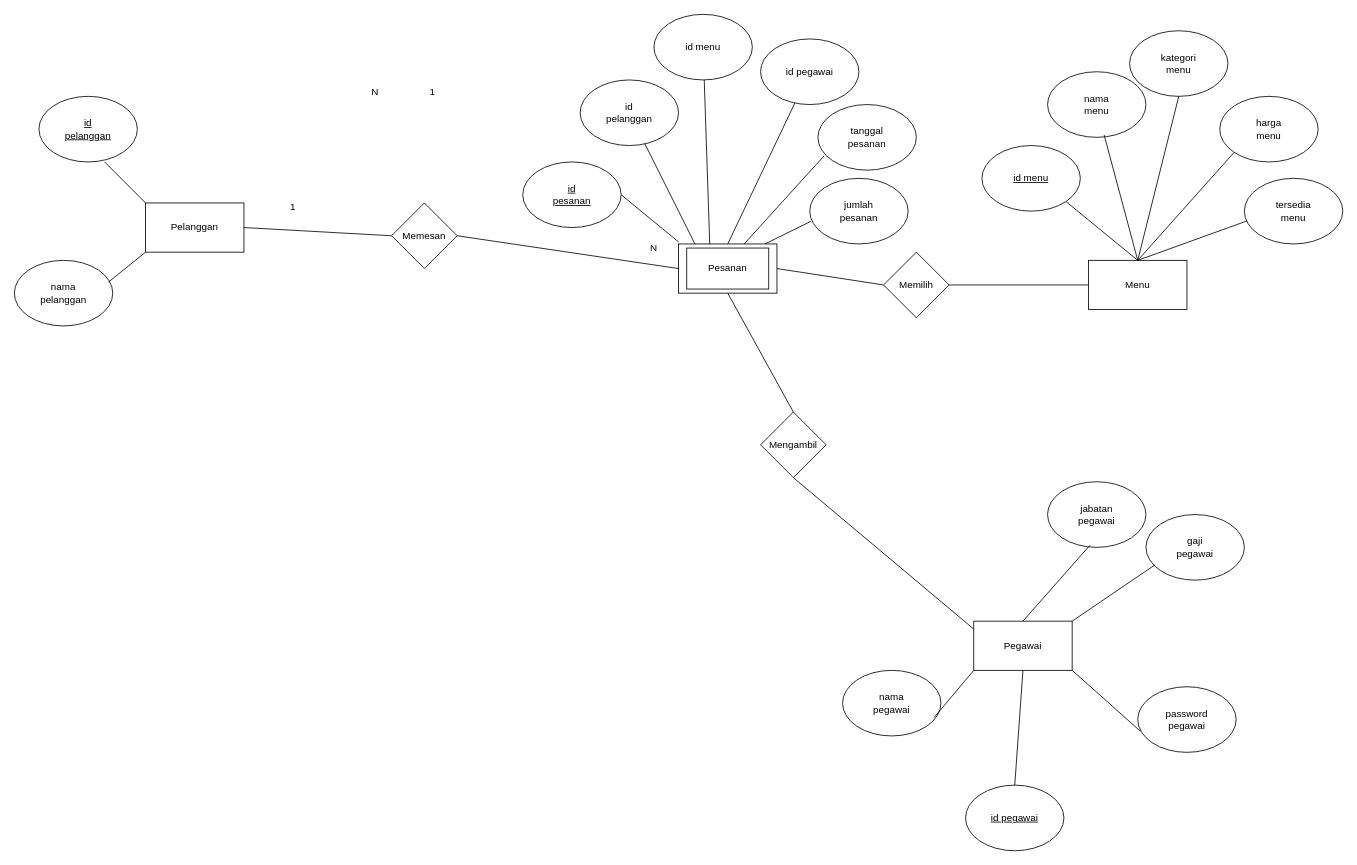
Earlier version of the draw.io diagram Tugas 2.drawio (ImNotDanish05/Tugas). Source tidied: cells renumbered, new cells numbered last; positions are measured from the earlier drawing's top-left corner, leaving out a move shared by most shapes. Both pictures are drawn from the tidied source at 82%, with x=0, y=0 at pixel (14, 14).
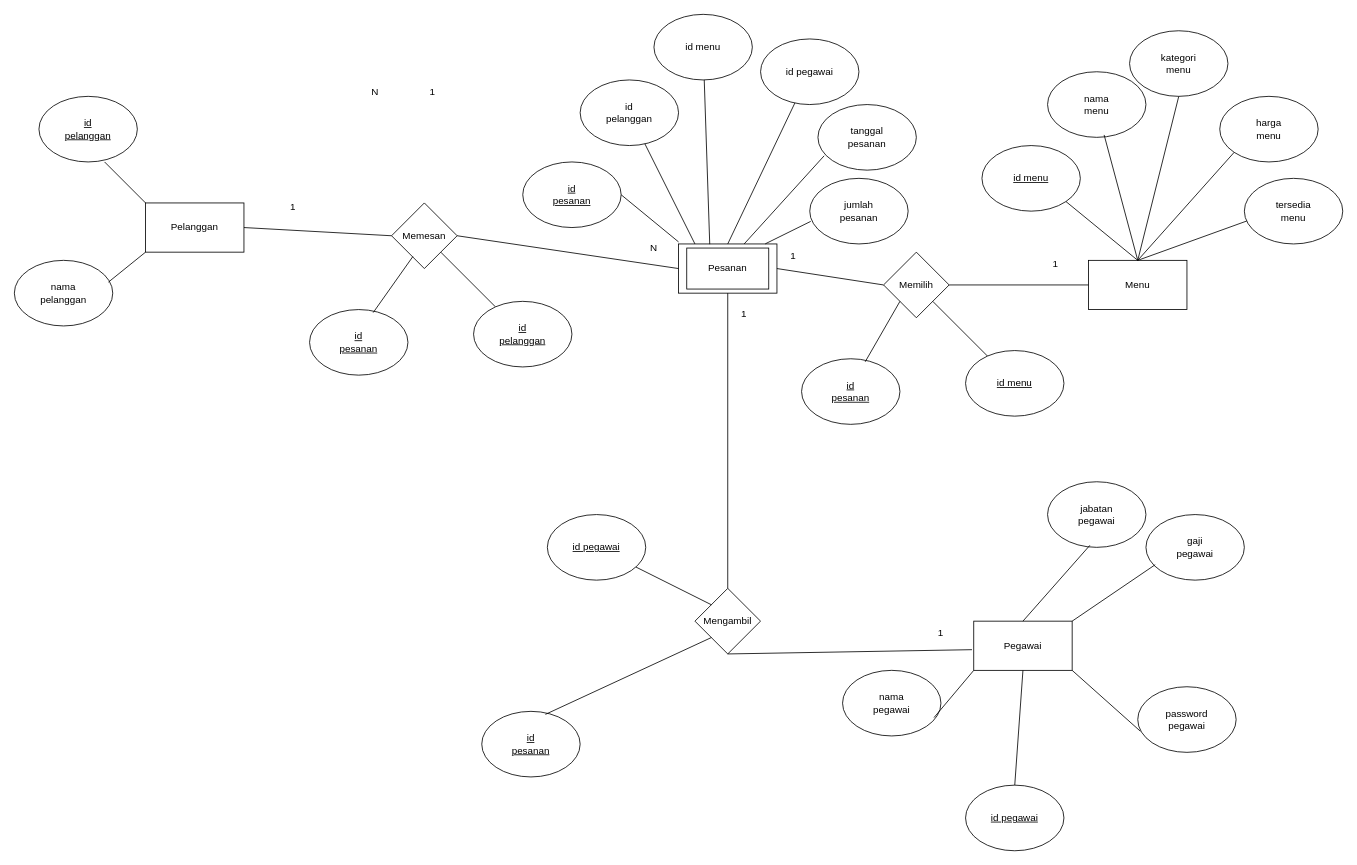
After the change.

Unchanged cells that the change refers to:
```xml
<mxCell id="8" style="rhombus;whiteSpace=wrap;html=1;" parent="7" vertex="1">
  <mxGeometry width="80" height="80" as="geometry" />
</mxCell>
<mxCell id="10" style="group;" parent="1" vertex="1">
  <mxGeometry x="1180" y="20" width="440" height="340" as="geometry" />
</mxCell>
<mxCell id="35" style="rhombus;whiteSpace=wrap;html=1;" parent="34" vertex="1">
  <mxGeometry width="80" height="80" as="geometry" />
</mxCell>
<mxCell id="38" style="rhombus;whiteSpace=wrap;html=1;" parent="37" vertex="1">
  <mxGeometry width="80" height="80" as="geometry" />
</mxCell>
<mxCell id="50" style="rounded=0;whiteSpace=wrap;html=1;" parent="49" vertex="1">
  <mxGeometry width="120" height="60" as="geometry" />
</mxCell>
```

Diff of the diagram source:
```diff
@@
     <mxCell id="7" style="group;" parent="1" vertex="1">
-      <mxGeometry x="910" y="485" width="80" height="80" as="geometry" />
+      <mxGeometry x="830" y="700" width="80" height="80" as="geometry" />
     </mxCell>
@@
+    <mxCell id="108" value="1" style="text;html=1;align=center;verticalAlign=middle;whiteSpace=wrap;rounded=0;" parent="10" vertex="1">
+      <mxGeometry x="60" y="270" width="60" height="30" as="geometry" />
+    </mxCell>
@@
-    <mxCell id="48" style="endArrow=none;html=1;rounded=0;exitX=0.5;exitY=1;exitDx=0;exitDy=0;entryX=0.5;entryY=1;entryDx=0;entryDy=0;" parent="1" edge="1" source="8" target="50">
+    <mxCell id="48" style="endArrow=none;html=1;rounded=0;exitX=0.5;exitY=1;exitDx=0;exitDy=0;entryX=-0.018;entryY=0.58;entryDx=0;entryDy=0;entryPerimeter=0;" parent="1" edge="1" source="8" target="50">
       <mxGeometry relative="1" as="geometry" />
     </mxCell>
@@
+    <mxCell id="109" style="group;" parent="1" vertex="1">
+      <mxGeometry x="360" y="350" width="320" height="90" as="geometry" />
+    </mxCell>
+    <mxCell id="110" style="endArrow=none;html=1;rounded=0;exitX=1;exitY=1;exitDx=0;exitDy=0;" parent="109" edge="1" source="38" target="112">
+      <mxGeometry relative="1" as="geometry" />
+    </mxCell>
+    <mxCell id="111" style="group;" parent="109" vertex="1">
+      <mxGeometry x="200" width="120" height="80" as="geometry" />
+    </mxCell>
+    <mxCell id="112" style="ellipse;whiteSpace=wrap;html=1;" parent="111" vertex="1">
+      <mxGeometry width="120" height="80" as="geometry" />
+    </mxCell>
+    <mxCell id="113" value="&lt;u&gt;id pelanggan&lt;/u&gt;" style="text;html=1;align=center;verticalAlign=middle;whiteSpace=wrap;rounded=0;" parent="111" vertex="1">
+      <mxGeometry x="30" y="25" width="60" height="30" as="geometry" />
+    </mxCell>
+    <mxCell id="114" style="group;" parent="109" vertex="1">
+      <mxGeometry y="10" width="120" height="80" as="geometry" />
+    </mxCell>
+    <mxCell id="115" style="ellipse;whiteSpace=wrap;html=1;" parent="114" vertex="1">
+      <mxGeometry width="120" height="80" as="geometry" />
+    </mxCell>
+    <mxCell id="116" value="&lt;u&gt;id pesanan&lt;/u&gt;" style="text;html=1;align=center;verticalAlign=middle;whiteSpace=wrap;rounded=0;" parent="114" vertex="1">
+      <mxGeometry x="30" y="25" width="60" height="30" as="geometry" />
+    </mxCell>
+    <mxCell id="117" style="endArrow=none;html=1;rounded=0;exitX=0.325;exitY=0.817;exitDx=0;exitDy=0;entryX=0.647;entryY=0.046;entryDx=0;entryDy=0;entryPerimeter=0;exitPerimeter=0;" parent="109" edge="1" source="38" target="115">
+      <mxGeometry relative="1" as="geometry" />
+    </mxCell>
+    <mxCell id="118" style="group;" parent="1" vertex="1">
+      <mxGeometry x="960" y="410" width="320" height="90" as="geometry" />
+    </mxCell>
+    <mxCell id="119" style="group;" parent="118" vertex="1">
+      <mxGeometry x="200" width="120" height="80" as="geometry" />
+    </mxCell>
+    <mxCell id="120" style="ellipse;whiteSpace=wrap;html=1;" parent="119" vertex="1">
+      <mxGeometry width="120" height="80" as="geometry" />
+    </mxCell>
+    <mxCell id="121" value="&lt;u&gt;id menu&lt;/u&gt;" style="text;html=1;align=center;verticalAlign=middle;whiteSpace=wrap;rounded=0;" parent="119" vertex="1">
+      <mxGeometry x="30" y="25" width="60" height="30" as="geometry" />
+    </mxCell>
+    <mxCell id="122" style="group;" parent="118" vertex="1">
+      <mxGeometry y="10" width="120" height="80" as="geometry" />
+    </mxCell>
+    <mxCell id="123" style="ellipse;whiteSpace=wrap;html=1;" parent="122" vertex="1">
+      <mxGeometry width="120" height="80" as="geometry" />
+    </mxCell>
+    <mxCell id="124" value="&lt;u&gt;id pesanan&lt;/u&gt;" style="text;html=1;align=center;verticalAlign=middle;whiteSpace=wrap;rounded=0;" parent="122" vertex="1">
+      <mxGeometry x="30" y="25" width="60" height="30" as="geometry" />
+    </mxCell>
+    <mxCell id="125" style="endArrow=none;html=1;rounded=0;entryX=0.647;entryY=0.046;entryDx=0;entryDy=0;entryPerimeter=0;" parent="118" edge="1" target="123">
+      <mxGeometry relative="1" as="geometry">
+        <mxPoint x="120" y="-60" as="sourcePoint" />
+      </mxGeometry>
+    </mxCell>
+    <mxCell id="126" style="endArrow=none;html=1;rounded=0;exitX=1;exitY=1;exitDx=0;exitDy=0;" parent="1" edge="1" source="35" target="120">
+      <mxGeometry relative="1" as="geometry" />
+    </mxCell>
+    <mxCell id="127" style="endArrow=none;html=1;rounded=0;exitX=0;exitY=0;exitDx=0;exitDy=0;" parent="1" edge="1" source="8" target="129">
+      <mxGeometry relative="1" as="geometry" />
+    </mxCell>
+    <mxCell id="128" style="group;" parent="1" vertex="1">
+      <mxGeometry x="650" y="610" width="120" height="80" as="geometry" />
+    </mxCell>
+    <mxCell id="129" style="ellipse;whiteSpace=wrap;html=1;" parent="128" vertex="1">
+      <mxGeometry width="120" height="80" as="geometry" />
+    </mxCell>
+    <mxCell id="130" value="&lt;u&gt;id pegawai&lt;/u&gt;" style="text;html=1;align=center;verticalAlign=middle;whiteSpace=wrap;rounded=0;" parent="128" vertex="1">
+      <mxGeometry x="30" y="25" width="60" height="30" as="geometry" />
+    </mxCell>
+    <mxCell id="131" style="group;" parent="1" vertex="1">
+      <mxGeometry x="570" y="850" width="120" height="80" as="geometry" />
+    </mxCell>
+    <mxCell id="132" style="ellipse;whiteSpace=wrap;html=1;" parent="131" vertex="1">
+      <mxGeometry width="120" height="80" as="geometry" />
+    </mxCell>
+    <mxCell id="133" value="&lt;u&gt;id pesanan&lt;/u&gt;" style="text;html=1;align=center;verticalAlign=middle;whiteSpace=wrap;rounded=0;" parent="131" vertex="1">
+      <mxGeometry x="30" y="25" width="60" height="30" as="geometry" />
+    </mxCell>
+    <mxCell id="134" style="endArrow=none;html=1;rounded=0;entryX=0.647;entryY=0.046;entryDx=0;entryDy=0;entryPerimeter=0;" parent="1" edge="1" target="132">
+      <mxGeometry relative="1" as="geometry">
+        <mxPoint x="850" y="760" as="sourcePoint" />
+      </mxGeometry>
+    </mxCell>
+    <mxCell id="135" value="1" style="text;html=1;align=center;verticalAlign=middle;whiteSpace=wrap;rounded=0;" parent="1" vertex="1">
+      <mxGeometry x="920" y="280" width="60" height="30" as="geometry" />
+    </mxCell>
+    <mxCell id="136" value="1" style="text;html=1;align=center;verticalAlign=middle;whiteSpace=wrap;rounded=0;" parent="1" vertex="1">
+      <mxGeometry x="860" y="350" width="60" height="30" as="geometry" />
+    </mxCell>
+    <mxCell id="137" value="1" style="text;html=1;align=center;verticalAlign=middle;whiteSpace=wrap;rounded=0;" parent="1" vertex="1">
+      <mxGeometry x="1100" y="740" width="60" height="30" as="geometry" />
+    </mxCell>
```
